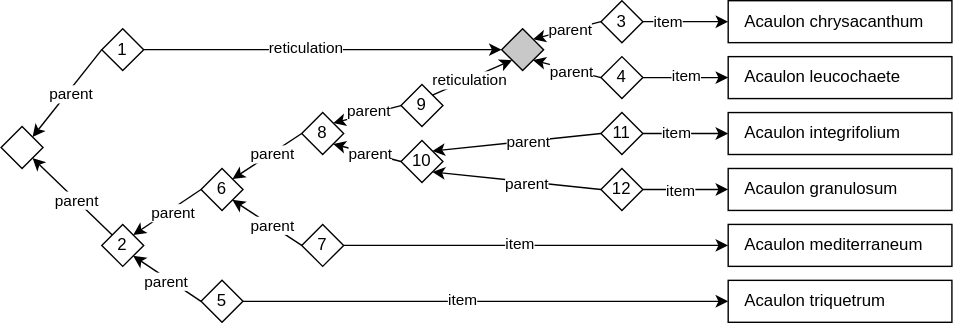
Above: docs/media/graph-reticulation-new-graph.drawio.svg in rbgvictoria/keybase_model (draw.io), before the change. Source tidied: cells renumbered, new cells last; positions are measured from the earlier drawing's top-left corner, leaving out a move shared by most shapes. Source of this version:
```xml
<mxGraphModel>
  <root>
    <mxCell id="0" />
    <mxCell id="1" parent="0" />
    <mxCell id="2" value="Acaulon chrysacanthum" style="rounded=0;whiteSpace=wrap;html=1;align=left;spacingLeft=10;strokeColor=default;fillColor=none;" parent="1" vertex="1">
      <mxGeometry x="520" width="160" height="30" as="geometry" />
    </mxCell>
    <mxCell id="3" value="Acaulon leucochaete" style="rounded=0;whiteSpace=wrap;html=1;align=left;spacingLeft=10;strokeColor=default;fillColor=none;" parent="1" vertex="1">
      <mxGeometry x="520" y="40" width="160" height="30" as="geometry" />
    </mxCell>
    <mxCell id="4" value="Acaulon triquetrum" style="rounded=0;whiteSpace=wrap;html=1;align=left;spacingLeft=10;strokeColor=default;fillColor=none;" parent="1" vertex="1">
      <mxGeometry x="520" y="200" width="160" height="30" as="geometry" />
    </mxCell>
    <mxCell id="5" value="Acaulon mediterraneum" style="rounded=0;whiteSpace=wrap;html=1;align=left;spacingLeft=10;strokeColor=default;fillColor=none;" parent="1" vertex="1">
      <mxGeometry x="520" y="160" width="160" height="30" as="geometry" />
    </mxCell>
    <mxCell id="6" value="Acaulon integrifolium" style="rounded=0;whiteSpace=wrap;html=1;align=left;spacingLeft=10;strokeColor=default;fillColor=none;" parent="1" vertex="1">
      <mxGeometry x="520" y="80" width="160" height="30" as="geometry" />
    </mxCell>
    <mxCell id="7" value="Acaulon granulosum" style="rounded=0;whiteSpace=wrap;html=1;align=left;spacingLeft=10;strokeColor=default;fillColor=none;" parent="1" vertex="1">
      <mxGeometry x="520" y="120" width="160" height="30" as="geometry" />
    </mxCell>
    <mxCell id="8" value="2" style="rhombus;whiteSpace=wrap;html=1;" parent="1" vertex="1">
      <mxGeometry x="72" y="160" width="30" height="30" as="geometry" />
    </mxCell>
    <mxCell id="9" value="1" style="rhombus;whiteSpace=wrap;html=1;" parent="1" vertex="1">
      <mxGeometry x="72" y="20" width="30" height="30" as="geometry" />
    </mxCell>
    <mxCell id="10" style="endArrow=classic;html=1;rounded=0;entryX=0;entryY=0.5;entryDx=0;entryDy=0;exitX=1;exitY=0.5;exitDx=0;exitDy=0;" parent="1" edge="1" source="12" target="2">
      <mxGeometry relative="1" as="geometry" />
    </mxCell>
    <mxCell id="11" value="item" style="edgeLabel;html=1;align=center;verticalAlign=middle;" parent="10" vertex="1">
      <mxGeometry y="-1" relative="1" as="geometry">
        <mxPoint x="-13" y="-2" as="offset" />
      </mxGeometry>
    </mxCell>
    <mxCell id="12" value="3" style="rhombus;whiteSpace=wrap;html=1;" parent="1" vertex="1">
      <mxGeometry x="429" width="30" height="30" as="geometry" />
    </mxCell>
    <mxCell id="13" value="4" style="rhombus;whiteSpace=wrap;html=1;" parent="1" vertex="1">
      <mxGeometry x="429" y="40" width="30" height="30" as="geometry" />
    </mxCell>
    <mxCell id="14" style="endArrow=classic;html=1;rounded=0;exitX=0;exitY=0.5;exitDx=0;exitDy=0;entryX=1;entryY=1;entryDx=0;entryDy=0;" parent="1" edge="1" source="13" target="51">
      <mxGeometry relative="1" as="geometry" />
    </mxCell>
    <mxCell id="15" value="parent" style="edgeLabel;html=1;align=center;verticalAlign=middle;" parent="14" vertex="1">
      <mxGeometry x="0.04" y="-1" relative="1" as="geometry">
        <mxPoint x="3" y="3" as="offset" />
      </mxGeometry>
    </mxCell>
    <mxCell id="16" style="endArrow=classic;html=1;rounded=0;exitX=0;exitY=0.5;exitDx=0;exitDy=0;entryX=1;entryY=0;entryDx=0;entryDy=0;" parent="1" edge="1" source="12" target="51">
      <mxGeometry relative="1" as="geometry" />
    </mxCell>
    <mxCell id="17" value="parent" style="edgeLabel;html=1;align=center;verticalAlign=middle;" parent="16" vertex="1">
      <mxGeometry x="-0.02" y="1" relative="1" as="geometry">
        <mxPoint x="1" y="-2" as="offset" />
      </mxGeometry>
    </mxCell>
    <mxCell id="18" value="5" style="rhombus;whiteSpace=wrap;html=1;" parent="1" vertex="1">
      <mxGeometry x="143" y="200" width="30" height="30" as="geometry" />
    </mxCell>
    <mxCell id="19" value="6" style="rhombus;whiteSpace=wrap;html=1;" parent="1" vertex="1">
      <mxGeometry x="143" y="120" width="30" height="30" as="geometry" />
    </mxCell>
    <mxCell id="20" style="endArrow=classic;html=1;rounded=0;exitX=0;exitY=0.5;exitDx=0;exitDy=0;entryX=1;entryY=1;entryDx=0;entryDy=0;" parent="1" edge="1" source="18" target="8">
      <mxGeometry relative="1" as="geometry" />
    </mxCell>
    <mxCell id="21" value="parent" style="edgeLabel;html=1;align=center;verticalAlign=middle;" parent="20" vertex="1">
      <mxGeometry x="-0.09" y="1" relative="1" as="geometry">
        <mxPoint x="-3" as="offset" />
      </mxGeometry>
    </mxCell>
    <mxCell id="22" style="endArrow=classic;html=1;rounded=0;exitX=0;exitY=0.5;exitDx=0;exitDy=0;entryX=1;entryY=0;entryDx=0;entryDy=0;" parent="1" edge="1" source="19" target="8">
      <mxGeometry relative="1" as="geometry" />
    </mxCell>
    <mxCell id="23" value="parent" style="edgeLabel;html=1;align=center;verticalAlign=middle;" parent="22" vertex="1">
      <mxGeometry x="-0.01" y="1" relative="1" as="geometry">
        <mxPoint x="3" as="offset" />
      </mxGeometry>
    </mxCell>
    <mxCell id="24" style="endArrow=classic;html=1;rounded=0;entryX=0;entryY=0.5;entryDx=0;entryDy=0;exitX=1;exitY=0.5;exitDx=0;exitDy=0;" parent="1" edge="1" source="13" target="3">
      <mxGeometry relative="1" as="geometry" />
    </mxCell>
    <mxCell id="25" value="item" style="edgeLabel;html=1;align=center;verticalAlign=middle;" parent="24" vertex="1">
      <mxGeometry x="-0.09" y="-1" relative="1" as="geometry">
        <mxPoint x="2" y="-3" as="offset" />
      </mxGeometry>
    </mxCell>
    <mxCell id="26" style="endArrow=classic;html=1;rounded=0;entryX=0;entryY=0.5;entryDx=0;entryDy=0;exitX=1;exitY=0.5;exitDx=0;exitDy=0;" parent="1" edge="1" source="18" target="4">
      <mxGeometry relative="1" as="geometry" />
    </mxCell>
    <mxCell id="27" value="item" style="edgeLabel;html=1;align=center;verticalAlign=middle;" parent="26" vertex="1">
      <mxGeometry x="-0.2" relative="1" as="geometry">
        <mxPoint x="17" y="-2" as="offset" />
      </mxGeometry>
    </mxCell>
    <mxCell id="28" value="7" style="rhombus;whiteSpace=wrap;html=1;" parent="1" vertex="1">
      <mxGeometry x="215" y="160" width="30" height="30" as="geometry" />
    </mxCell>
    <mxCell id="29" value="8" style="rhombus;whiteSpace=wrap;html=1;" parent="1" vertex="1">
      <mxGeometry x="215" y="80" width="30" height="30" as="geometry" />
    </mxCell>
    <mxCell id="30" style="endArrow=classic;html=1;rounded=0;exitX=0;exitY=0.5;exitDx=0;exitDy=0;entryX=1;entryY=1;entryDx=0;entryDy=0;" parent="1" edge="1" source="28" target="19">
      <mxGeometry relative="1" as="geometry" />
    </mxCell>
    <mxCell id="31" value="parent" style="edgeLabel;html=1;align=center;verticalAlign=middle;" parent="30" vertex="1">
      <mxGeometry x="-0.13" relative="1" as="geometry" />
    </mxCell>
    <mxCell id="32" style="endArrow=classic;html=1;rounded=0;exitX=0;exitY=0.5;exitDx=0;exitDy=0;entryX=1;entryY=0;entryDx=0;entryDy=0;" parent="1" edge="1" source="29" target="19">
      <mxGeometry relative="1" as="geometry" />
    </mxCell>
    <mxCell id="33" value="parent" style="edgeLabel;html=1;align=center;verticalAlign=middle;" parent="32" vertex="1">
      <mxGeometry x="-0.11" relative="1" as="geometry" />
    </mxCell>
    <mxCell id="34" style="endArrow=classic;html=1;rounded=0;entryX=0;entryY=0.5;entryDx=0;entryDy=0;exitX=1;exitY=0.5;exitDx=0;exitDy=0;" parent="1" edge="1" source="28" target="5">
      <mxGeometry relative="1" as="geometry" />
    </mxCell>
    <mxCell id="35" value="item" style="edgeLabel;html=1;align=center;verticalAlign=middle;" parent="34" vertex="1">
      <mxGeometry x="-0.13" y="-1" relative="1" as="geometry">
        <mxPoint x="6" y="-3" as="offset" />
      </mxGeometry>
    </mxCell>
    <mxCell id="36" value="12" style="rhombus;whiteSpace=wrap;html=1;" parent="1" vertex="1">
      <mxGeometry x="429" y="120" width="30" height="30" as="geometry" />
    </mxCell>
    <mxCell id="37" value="11" style="rhombus;whiteSpace=wrap;html=1;" parent="1" vertex="1">
      <mxGeometry x="429" y="80" width="30" height="30" as="geometry" />
    </mxCell>
    <mxCell id="38" style="endArrow=classic;html=1;rounded=0;entryX=0;entryY=0.5;entryDx=0;entryDy=0;exitX=1;exitY=0.5;exitDx=0;exitDy=0;" parent="1" edge="1" source="37" target="6">
      <mxGeometry relative="1" as="geometry" />
    </mxCell>
    <mxCell id="39" value="item" style="edgeLabel;html=1;align=center;verticalAlign=middle;" parent="38" vertex="1">
      <mxGeometry x="-0.01" y="-2" relative="1" as="geometry">
        <mxPoint x="-7" y="-3" as="offset" />
      </mxGeometry>
    </mxCell>
    <mxCell id="40" style="endArrow=classic;html=1;rounded=0;entryX=0;entryY=0.5;entryDx=0;entryDy=0;exitX=1;exitY=0.5;exitDx=0;exitDy=0;" parent="1" edge="1" source="36" target="7">
      <mxGeometry relative="1" as="geometry" />
    </mxCell>
    <mxCell id="41" value="item" style="edgeLabel;html=1;align=center;verticalAlign=middle;" parent="40" vertex="1">
      <mxGeometry x="-0.13" relative="1" as="geometry" />
    </mxCell>
    <mxCell id="42" style="endArrow=classic;html=1;rounded=0;exitX=0;exitY=0.5;exitDx=0;exitDy=0;entryX=1;entryY=0;entryDx=0;entryDy=0;" parent="1" edge="1" source="37" target="55">
      <mxGeometry relative="1" as="geometry" />
    </mxCell>
    <mxCell id="43" value="parent" style="edgeLabel;html=1;align=center;verticalAlign=middle;" parent="42" vertex="1">
      <mxGeometry x="-0.11" relative="1" as="geometry">
        <mxPoint x="1" as="offset" />
      </mxGeometry>
    </mxCell>
    <mxCell id="44" style="endArrow=classic;html=1;rounded=0;exitX=0;exitY=0.5;exitDx=0;exitDy=0;entryX=1;entryY=1;entryDx=0;entryDy=0;" parent="1" edge="1" source="36" target="55">
      <mxGeometry relative="1" as="geometry" />
    </mxCell>
    <mxCell id="45" value="parent" style="edgeLabel;html=1;align=center;verticalAlign=middle;" parent="44" vertex="1">
      <mxGeometry x="-0.09" y="1" relative="1" as="geometry">
        <mxPoint x="1" as="offset" />
      </mxGeometry>
    </mxCell>
    <mxCell id="46" style="rhombus;whiteSpace=wrap;html=1;" parent="1" vertex="1">
      <mxGeometry y="90" width="30" height="30" as="geometry" />
    </mxCell>
    <mxCell id="47" style="endArrow=classic;html=1;rounded=0;entryX=1;entryY=0;entryDx=0;entryDy=0;exitX=0;exitY=0.5;exitDx=0;exitDy=0;" parent="1" edge="1" source="9" target="46">
      <mxGeometry relative="1" as="geometry" />
    </mxCell>
    <mxCell id="48" value="parent" style="edgeLabel;html=1;align=center;verticalAlign=middle;" parent="47" vertex="1">
      <mxGeometry x="-0.01" relative="1" as="geometry">
        <mxPoint x="2" as="offset" />
      </mxGeometry>
    </mxCell>
    <mxCell id="49" style="endArrow=classic;html=1;rounded=0;entryX=1;entryY=1;entryDx=0;entryDy=0;exitX=0;exitY=0;exitDx=0;exitDy=0;" parent="1" edge="1" source="8" target="46">
      <mxGeometry relative="1" as="geometry" />
    </mxCell>
    <mxCell id="50" value="parent" style="edgeLabel;html=1;align=center;verticalAlign=middle;" parent="49" vertex="1">
      <mxGeometry x="-0.09" relative="1" as="geometry" />
    </mxCell>
    <mxCell id="51" style="rhombus;whiteSpace=wrap;html=1;fillColor=#C8C8C8;" parent="1" vertex="1">
      <mxGeometry x="358" y="20" width="30" height="30" as="geometry" />
    </mxCell>
    <mxCell id="52" style="endArrow=classic;html=1;rounded=0;exitX=1;exitY=0.5;exitDx=0;exitDy=0;entryX=0;entryY=0.5;entryDx=0;entryDy=0;" parent="1" edge="1" source="9" target="51">
      <mxGeometry relative="1" as="geometry" />
    </mxCell>
    <mxCell id="53" value="reticulation" style="edgeLabel;html=1;align=center;verticalAlign=middle;" parent="52" vertex="1">
      <mxGeometry x="-0.11" y="-2" relative="1" as="geometry">
        <mxPoint y="-4" as="offset" />
      </mxGeometry>
    </mxCell>
    <mxCell id="54" value="9" style="rhombus;whiteSpace=wrap;html=1;" parent="1" vertex="1">
      <mxGeometry x="286" y="60" width="30" height="30" as="geometry" />
    </mxCell>
    <mxCell id="55" value="10" style="rhombus;whiteSpace=wrap;html=1;" parent="1" vertex="1">
      <mxGeometry x="286" y="100" width="30" height="30" as="geometry" />
    </mxCell>
    <mxCell id="56" style="endArrow=classic;html=1;rounded=0;exitX=0;exitY=0.5;exitDx=0;exitDy=0;entryX=1;entryY=0;entryDx=0;entryDy=0;" parent="1" edge="1" source="54" target="29">
      <mxGeometry relative="1" as="geometry" />
    </mxCell>
    <mxCell id="57" value="parent" style="edgeLabel;html=1;align=center;verticalAlign=middle;" parent="56" vertex="1">
      <mxGeometry x="-0.02" relative="1" as="geometry">
        <mxPoint y="-2" as="offset" />
      </mxGeometry>
    </mxCell>
    <mxCell id="58" style="endArrow=classic;html=1;rounded=0;exitX=0;exitY=0.5;exitDx=0;exitDy=0;entryX=1;entryY=1;entryDx=0;entryDy=0;" parent="1" edge="1" source="55" target="29">
      <mxGeometry relative="1" as="geometry" />
    </mxCell>
    <mxCell id="59" value="parent" style="edgeLabel;html=1;align=center;verticalAlign=middle;" parent="58" vertex="1">
      <mxGeometry x="-0.09" y="1" relative="1" as="geometry">
        <mxPoint y="-1" as="offset" />
      </mxGeometry>
    </mxCell>
    <mxCell id="60" style="endArrow=classic;html=1;rounded=0;entryX=0;entryY=1;entryDx=0;entryDy=0;exitX=1;exitY=0;exitDx=0;exitDy=0;" parent="1" edge="1" source="54" target="51">
      <mxGeometry relative="1" as="geometry" />
    </mxCell>
    <mxCell id="61" value="reticulation" style="edgeLabel;html=1;align=center;verticalAlign=middle;" parent="60" vertex="1">
      <mxGeometry x="-0.19" relative="1" as="geometry">
        <mxPoint x="3" y="-1" as="offset" />
      </mxGeometry>
    </mxCell>
  </root>
</mxGraphModel>
```
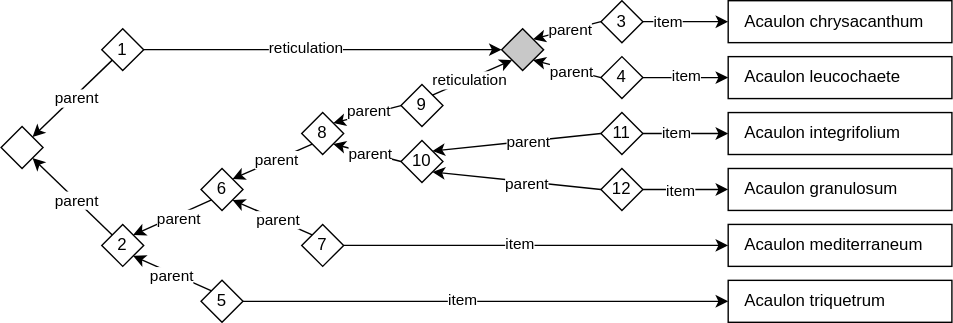
After the change.

Change to the diagram source:
```diff
@@ -62,7 +62,7 @@
     <mxCell id="19" value="6" style="rhombus;whiteSpace=wrap;html=1;" parent="1" vertex="1">
       <mxGeometry x="143" y="120" width="30" height="30" as="geometry" />
     </mxCell>
-    <mxCell id="20" style="endArrow=classic;html=1;rounded=0;exitX=0;exitY=0.5;exitDx=0;exitDy=0;entryX=1;entryY=1;entryDx=0;entryDy=0;" parent="1" edge="1" source="18" target="8">
+    <mxCell id="20" style="endArrow=classic;html=1;rounded=0;exitX=0;exitY=0;exitDx=0;exitDy=0;entryX=1;entryY=1;entryDx=0;entryDy=0;" parent="1" edge="1" source="18" target="8">
       <mxGeometry relative="1" as="geometry" />
     </mxCell>
     <mxCell id="21" value="parent" style="edgeLabel;html=1;align=center;verticalAlign=middle;" parent="20" vertex="1">
@@ -70,7 +70,7 @@
         <mxPoint x="-3" as="offset" />
       </mxGeometry>
     </mxCell>
-    <mxCell id="22" style="endArrow=classic;html=1;rounded=0;exitX=0;exitY=0.5;exitDx=0;exitDy=0;entryX=1;entryY=0;entryDx=0;entryDy=0;" parent="1" edge="1" source="19" target="8">
+    <mxCell id="22" style="endArrow=classic;html=1;rounded=0;exitX=0;exitY=1;exitDx=0;exitDy=0;entryX=1;entryY=0;entryDx=0;entryDy=0;" parent="1" edge="1" source="19" target="8">
       <mxGeometry relative="1" as="geometry" />
     </mxCell>
     <mxCell id="23" value="parent" style="edgeLabel;html=1;align=center;verticalAlign=middle;" parent="22" vertex="1">
@@ -100,13 +100,13 @@
     <mxCell id="29" value="8" style="rhombus;whiteSpace=wrap;html=1;" parent="1" vertex="1">
       <mxGeometry x="215" y="80" width="30" height="30" as="geometry" />
     </mxCell>
-    <mxCell id="30" style="endArrow=classic;html=1;rounded=0;exitX=0;exitY=0.5;exitDx=0;exitDy=0;entryX=1;entryY=1;entryDx=0;entryDy=0;" parent="1" edge="1" source="28" target="19">
+    <mxCell id="30" style="endArrow=classic;html=1;rounded=0;exitX=0;exitY=0;exitDx=0;exitDy=0;entryX=1;entryY=1;entryDx=0;entryDy=0;" parent="1" edge="1" source="28" target="19">
       <mxGeometry relative="1" as="geometry" />
     </mxCell>
     <mxCell id="31" value="parent" style="edgeLabel;html=1;align=center;verticalAlign=middle;" parent="30" vertex="1">
       <mxGeometry x="-0.13" relative="1" as="geometry" />
     </mxCell>
-    <mxCell id="32" style="endArrow=classic;html=1;rounded=0;exitX=0;exitY=0.5;exitDx=0;exitDy=0;entryX=1;entryY=0;entryDx=0;entryDy=0;" parent="1" edge="1" source="29" target="19">
+    <mxCell id="32" style="endArrow=classic;html=1;rounded=0;exitX=0;exitY=1;exitDx=0;exitDy=0;entryX=1;entryY=0;entryDx=0;entryDy=0;" parent="1" edge="1" source="29" target="19">
       <mxGeometry relative="1" as="geometry" />
     </mxCell>
     <mxCell id="33" value="parent" style="edgeLabel;html=1;align=center;verticalAlign=middle;" parent="32" vertex="1">
@@ -159,7 +159,7 @@
     <mxCell id="46" style="rhombus;whiteSpace=wrap;html=1;" parent="1" vertex="1">
       <mxGeometry y="90" width="30" height="30" as="geometry" />
     </mxCell>
-    <mxCell id="47" style="endArrow=classic;html=1;rounded=0;entryX=1;entryY=0;entryDx=0;entryDy=0;exitX=0;exitY=0.5;exitDx=0;exitDy=0;" parent="1" edge="1" source="9" target="46">
+    <mxCell id="47" style="endArrow=classic;html=1;rounded=0;entryX=1;entryY=0;entryDx=0;entryDy=0;exitX=0;exitY=1;exitDx=0;exitDy=0;" parent="1" edge="1" source="9" target="46">
       <mxGeometry relative="1" as="geometry" />
     </mxCell>
     <mxCell id="48" value="parent" style="edgeLabel;html=1;align=center;verticalAlign=middle;" parent="47" vertex="1">
```
